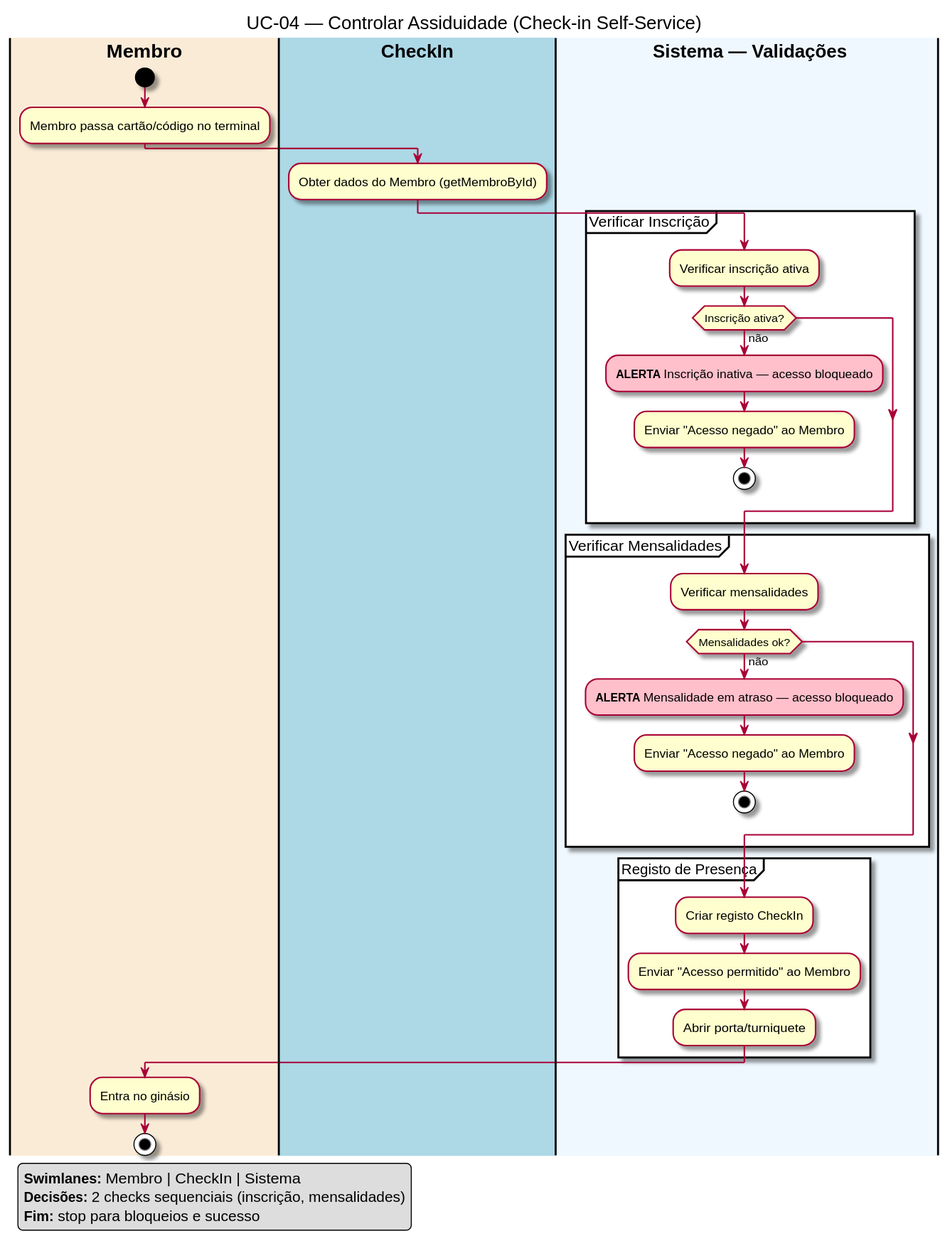
TiagoJacinto/mses-gym-docs keeps this PlantUML diagram as public/diagrams/diagram_0.svg. Above is the earlier version.
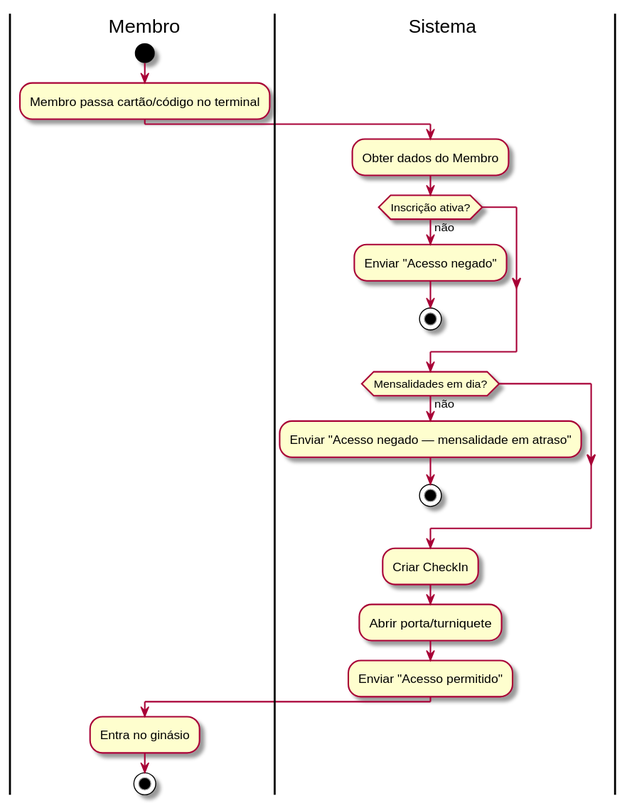
After the change.

What changed in the source:
```diff
@@ -1,46 +1,23 @@
 @startuml
-title UC-04 — Controlar Assiduidade (Check-in Self-Service)
-
-|#AntiqueWhite|**Membro**|
+|Membro|
 start
 :Membro passa cartão/código no terminal;
 
-|#LightBlue|**CheckIn**|
-:Obter dados do Membro (getMembroById);
+|Sistema|
+:Obter dados do Membro;
+if (Inscrição ativa?) then (não)
+    :Enviar "Acesso negado";
+    stop
+endif
+if (Mensalidades em dia?) then (não)
+    :Enviar "Acesso negado — mensalidade em atraso";
+    stop
+endif
+:Criar CheckIn;
+:Abrir porta/turniquete;
+:Enviar "Acesso permitido";
 
-|#AliceBlue|**Sistema — Validações**|
-partition "Verificar Inscrição" {
-    :Verificar inscrição ativa;
-    if (Inscrição ativa?) then (não)
-        #pink:**ALERTA** Inscrição inativa — acesso bloqueado;
-        :Enviar "Acesso negado" ao Membro;
-        stop
-    endif
-}
-
-partition "Verificar Mensalidades" {
-    :Verificar mensalidades;
-    if (Mensalidades ok?) then (não)
-        #pink:**ALERTA** Mensalidade em atraso — acesso bloqueado;
-        :Enviar "Acesso negado" ao Membro;
-        stop
-    endif
-}
-
-partition "Registo de Presença" {
-    :Criar registo CheckIn;
-    :Enviar "Acesso permitido" ao Membro;
-    :Abrir porta/turniquete;
-}
-
-|#AntiqueWhite|**Membro**|
+|Membro|
 :Entra no ginásio;
 stop
-
-legend left
-  **Swimlanes:** Membro | CheckIn | Sistema
-  **Decisões:** 2 checks sequenciais (inscrição, mensalidades)
-  **Fim:** stop para bloqueios e sucesso
-endlegend
-
 @enduml
```
